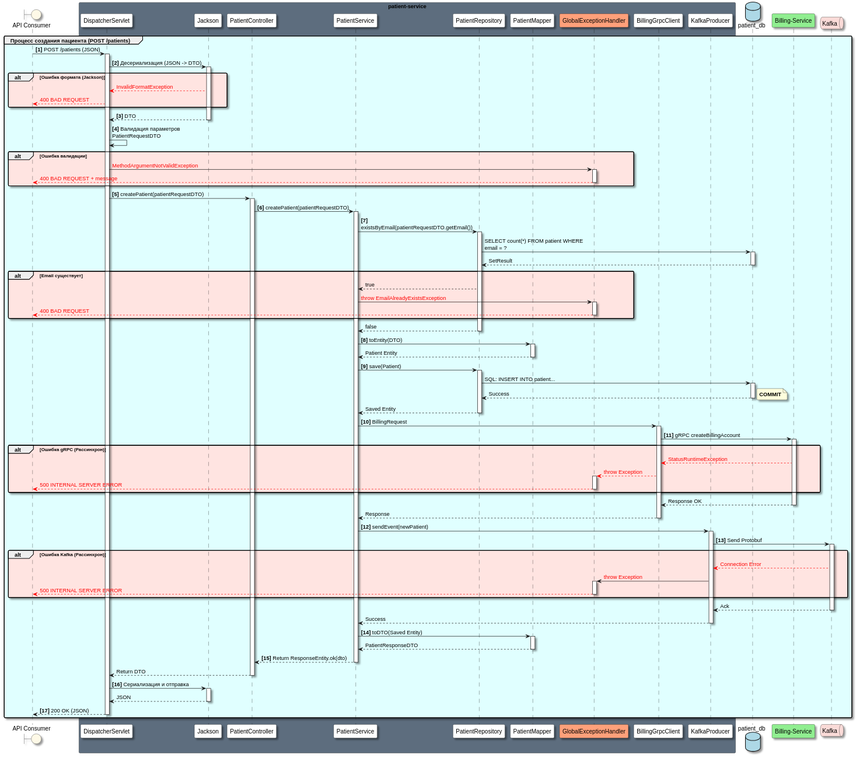
Before: Docs/As-is/Diagrams/POST.patients.svg, a diagram exported from PlantUML (ni1a207/Healthcare-System).
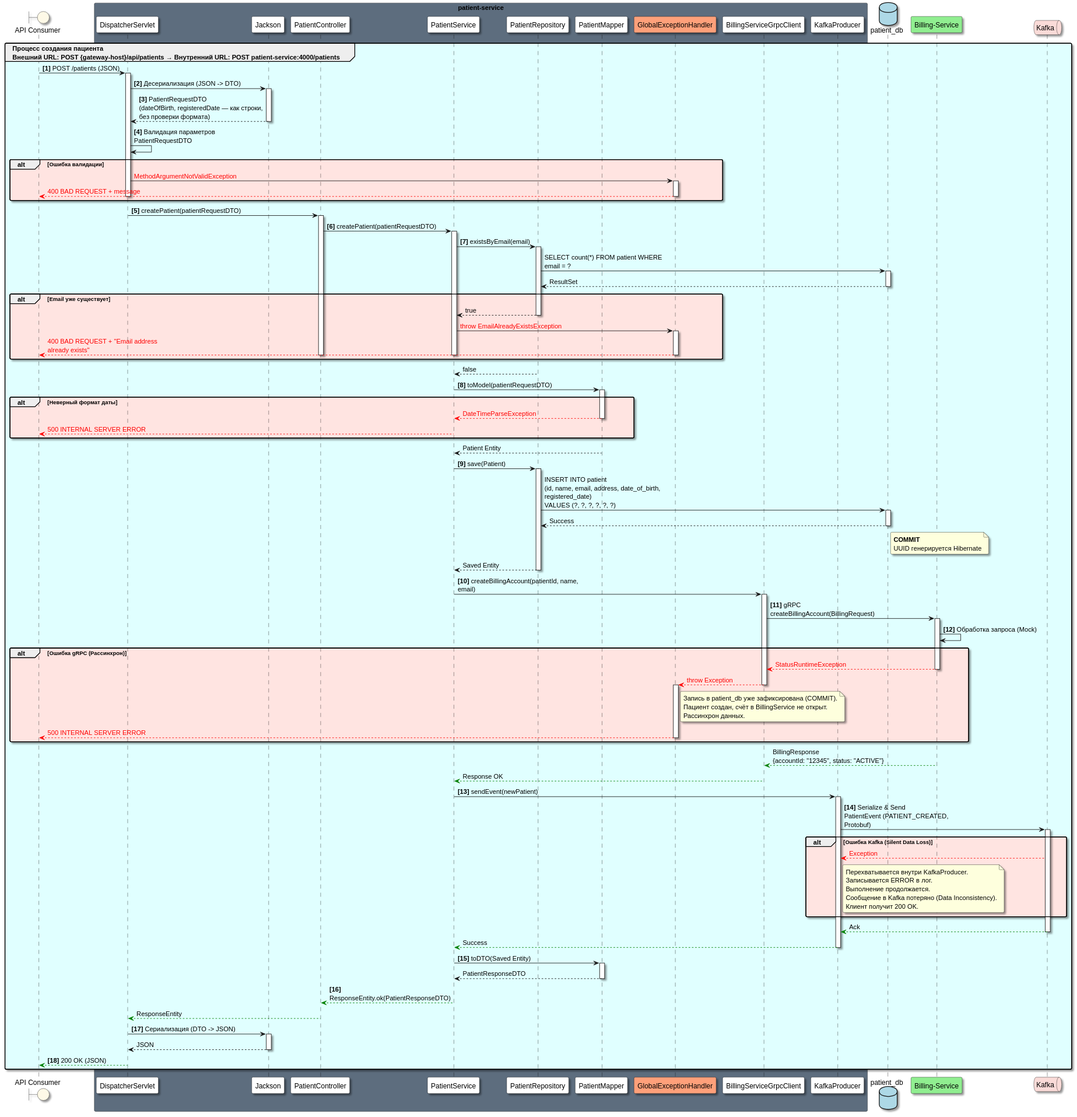
The same file after the commit.

Diff of the diagram source:
```diff
@@ -13,7 +13,7 @@
     participant "PatientRepository" as Repo #White
     participant "PatientMapper" as Mapper #White
     participant "GlobalExceptionHandler" as GEH #LightSalmon
-    participant "BillingGrpcClient" as Grpc #White
+    participant "BillingServiceGrpcClient" as Grpc #White
     participant "KafkaProducer" as Kafka #White
 end box
 
@@ -21,17 +21,14 @@
 participant "Billing-Service" as BS #LightGreen
 queue "Kafka" as KF #FADBD8
 
-group #LightCyan Процесс создания пациента (POST /patients)
+group #LightCyan Процесс создания пациента\nВнешний URL: POST {gateway-host}/api/patients → Внутренний URL: POST patient-service:4000/patients
+
     AC -> DS: **[1]** POST /patients (JSON)
     activate DS
 
     DS -> Jackson: **[2]** Десериализация (JSON -> DTO)
     activate Jackson
-    alt #MistyRose Ошибка формата (Jackson)
-        Jackson --[#red]> DS: <color:#red>InvalidFormatException</color>
-        DS --[#red]> AC: <color:#red>400 BAD REQUEST</color>
-    end
-    Jackson --> DS: **[3]** DTO
+    Jackson --> DS: **[3]** PatientRequestDTO\n(dateOfBirth, registeredDate — как строки, без проверки формата)
     deactivate Jackson
 
     DS -> DS: **[4]** Валидация параметров PatientRequestDTO
@@ -40,6 +37,7 @@
         activate GEH
         GEH --[#red]> AC: <color:#red>400 BAD REQUEST + message</color>
         deactivate GEH
+        deactivate DS
     end
 
     DS -> Ctrl: **[5]** createPatient(patientRequestDTO)
@@ -48,88 +46,103 @@
     Ctrl -> Service: **[6]** createPatient(patientRequestDTO)
     activate Service
 
-    Service -> Repo: **[7]** existsByEmail(patientRequestDTO.getEmail())
+    Service -> Repo: **[7]** existsByEmail(email)
     activate Repo
     Repo -> DB: SELECT count(*) FROM patient WHERE email = ?
     activate DB
-    DB --> Repo: SetResult
+    DB --> Repo: ResultSet
     deactivate DB
 
-    alt #MistyRose Email существует
+    alt #MistyRose Email уже существует
         Repo --> Service: true
+        deactivate Repo
         Service -> GEH: <color:#red>throw EmailAlreadyExistsException</color>
         activate GEH
-        GEH --[#red]> AC: <color:#red>400 BAD REQUEST</color>
+        GEH --[#red]> AC: <color:#red>400 BAD REQUEST + "Email address already exists"</color>
         deactivate GEH
+        deactivate Service
+        deactivate Ctrl
+        deactivate DS
     end
     Repo --> Service: false
     deactivate Repo
 
-    Service -> Mapper: **[8]** toEntity(DTO)
+    Service -> Mapper: **[8]** toModel(patientRequestDTO)
     activate Mapper
+    alt #MistyRose Неверный формат даты
+        Mapper --[#red]> Service: <color:#red>DateTimeParseException</color>
+        deactivate Mapper
+        Service --[#red]> AC: <color:#red>500 INTERNAL SERVER ERROR</color>
+        deactivate Service
+        deactivate Ctrl
+        deactivate DS
+    end
     Mapper --> Service: Patient Entity
     deactivate Mapper
 
     Service -> Repo: **[9]** save(Patient)
     activate Repo
-    Repo -> DB: SQL: INSERT INTO patient...
+    Repo -> DB: INSERT INTO patient\n(id, name, email, address, date_of_birth, registered_date)\nVALUES (?, ?, ?, ?, ?, ?)
     activate DB
     DB --> Repo: Success
     deactivate DB
-    note right: **COMMIT**
+    note right of DB: **COMMIT**\nUUID генерируется Hibernate
     Repo --> Service: Saved Entity
     deactivate Repo
 
-    Service -> Grpc: **[10]** BillingRequest
+    Service -> Grpc: **[10]** createBillingAccount(patientId, name, email)
     activate Grpc
-    Grpc -> BS: **[11]** gRPC createBillingAccount
+    Grpc -> BS: **[11]** gRPC createBillingAccount(BillingRequest)
     activate BS
+    BS -> BS: **[12]** Обработка запроса (Mock)
     alt #MistyRose Ошибка gRPC (Рассинхрон)
         BS --[#red]> Grpc: <color:#red>StatusRuntimeException</color>
+        deactivate BS
         Grpc --[#red]> GEH: <color:#red>throw Exception</color>
+        deactivate Grpc
         activate GEH
+        note right of GEH: Запись в patient_db уже зафиксирована (COMMIT).\nПациент создан, счёт в BillingService не открыт.\nРассинхрон данных.
         GEH --[#red]> AC: <color:#red>500 INTERNAL SERVER ERROR</color>
         deactivate GEH
+        deactivate Service
+        deactivate Ctrl
+        deactivate DS
     end
-    BS --> Grpc: Response OK
-        deactivate BS
-
-    Grpc --> Service: Response
+    BS --[#green]> Grpc: BillingResponse\n{accountId: "12345", status: "ACTIVE"}
+    deactivate BS
+    Grpc --[#green]> Service: Response OK
     deactivate Grpc
 
-    Service -> Kafka: **[12]** sendEvent(newPatient)
+    Service -> Kafka: **[13]** sendEvent(newPatient)
     activate Kafka
-    Kafka -> KF: **[13]** Send Protobuf
+    Kafka -> KF: **[14]** Serialize & Send\nPatientEvent (PATIENT_CREATED, Protobuf)
     activate KF
-    alt #MistyRose Ошибка Kafka (Рассинхрон)
-        KF --[#red]> Kafka: <color:#red>Connection Error</color>
-        Kafka -> GEH: <color:#red>throw Exception</color>
-        activate GEH
-        GEH --[#red]> AC: <color:#red>500 INTERNAL SERVER ERROR</color>
-        deactivate GEH
+    alt #MistyRose Ошибка Kafka (Silent Data Loss)
+        KF --[#red]> Kafka: <color:#red>Exception</color>
+        note right of Kafka: Перехватывается внутри KafkaProducer.\nЗаписывается ERROR в лог.\nВыполнение продолжается.\nСообщение в Kafka потеряно (Data Inconsistency).\nКлиент получит 200 OK.
     end
-    KF --> Kafka: Ack
+    KF --[#green]> Kafka: Ack
     deactivate KF
-    Kafka --> Service: Success
+    Kafka --[#green]> Service: Success
     deactivate Kafka
 
-    Service -> Mapper: **[14]** toDTO(Saved Entity)
+    Service -> Mapper: **[15]** toDTO(Saved Entity)
     activate Mapper
     Mapper --> Service: PatientResponseDTO
     deactivate Mapper
 
-    Service --> Ctrl: **[15]** Return ResponseEntity.ok(dto)
+    Service --[#green]> Ctrl: **[16]** ResponseEntity.ok(PatientResponseDTO)
     deactivate Service
 
-    Ctrl --> DS: Return DTO
+    Ctrl --[#green]> DS: ResponseEntity
     deactivate Ctrl
 
-    DS -> Jackson: **[16]** Сериализация и отправка
+    DS -> Jackson: **[17]** Сериализация (DTO -> JSON)
     activate Jackson
     Jackson --> DS: JSON
     deactivate Jackson
 
-    DS --> AC: **[17]** 200 OK (JSON)
+    DS --[#green]> AC: **[18]** 200 OK (JSON)
     deactivate DS
 end
 @enduml
```
